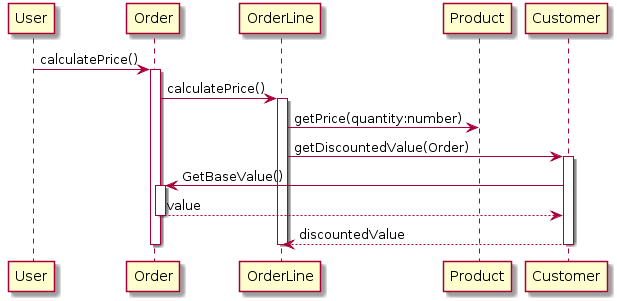
pinetr2e/napkin keeps this PlantUML diagram as images/distributed_control.png. Above is the earlier version.
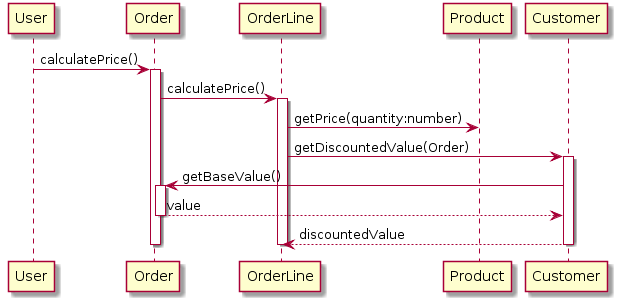
After the change.

Diff of the diagram source:
```diff
@@ -12,7 +12,7 @@
 OrderLine -> Product : getPrice(quantity:number)
 OrderLine -> Customer : getDiscountedValue(Order)
 activate Customer
-Customer -> Order : GetBaseValue()
+Customer -> Order : getBaseValue()
 activate Order
 Customer <-- Order: value
 deactivate Order
```
